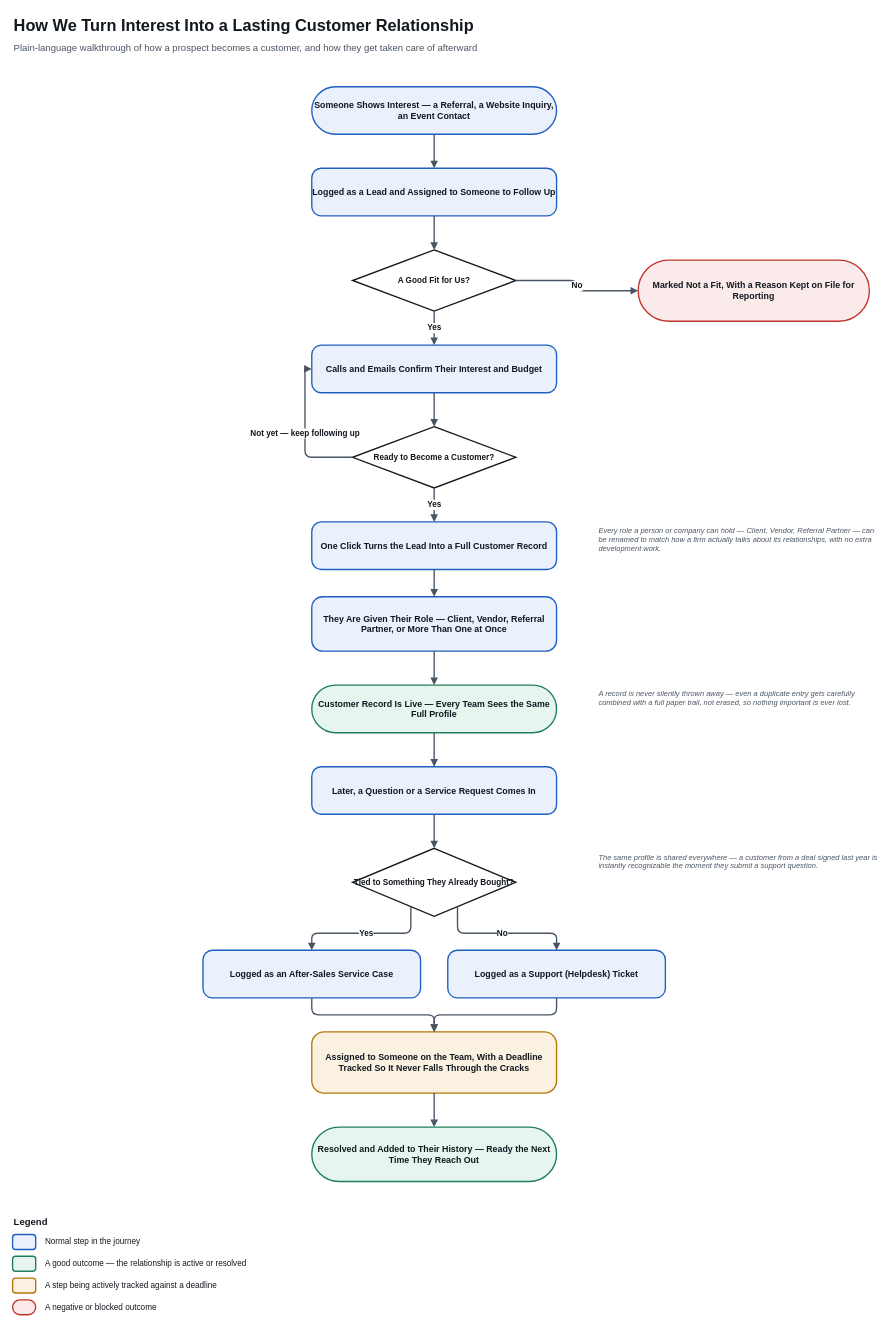
This is app/Modules/CRM/CRM_FLOW.drawio from andrych17/qualiv_project, a draw.io file, before an edit. Source tidied: cells renumbered, new cells numbered last; positions are measured from the earlier drawing's top-left corner, leaving out a move shared by most shapes. Both pictures are drawn from the tidied source at 68%, with x=0, y=0 at pixel (12, 12).
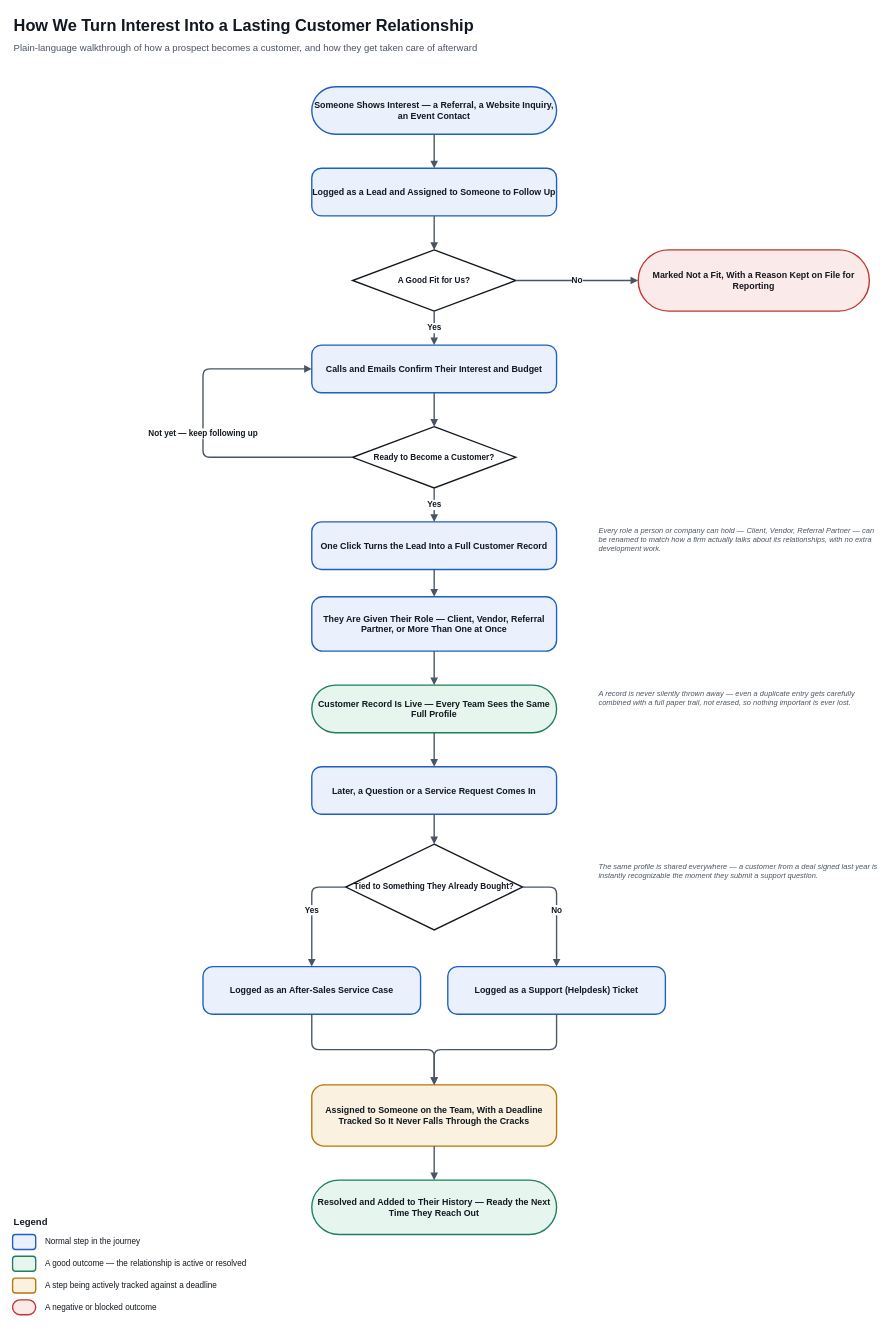
After the change.

The change refers to these unchanged cells:
```xml
<mxCell id="8" value="Calls and Emails Confirm Their Interest and Budget" style="rounded=1;arcSize=20;whiteSpace=wrap;html=1;fillColor=#EAF1FC;strokeColor=#1F5FBF;strokeWidth=2;fontSize=13;fontStyle=1;fontColor=#12181F;" parent="1" vertex="1">
  <mxGeometry x="440" y="490" width="360" height="70" as="geometry" />
</mxCell>
<mxCell id="9" value="Ready to Become a Customer?" style="rhombus;whiteSpace=wrap;html=1;fillColor=#FFFFFF;strokeColor=#12181F;strokeWidth=2;fontSize=12;fontStyle=1;fontColor=#12181F;" parent="1" vertex="1">
  <mxGeometry x="500" y="610" width="240" height="90" as="geometry" />
</mxCell>
```

Diff of the diagram source:
```diff
@@
     <mxCell id="7" value="Marked Not a Fit, With a Reason Kept on File for Reporting" style="rounded=1;arcSize=50;whiteSpace=wrap;html=1;fillColor=#FBEAEA;strokeColor=#C1332B;strokeWidth=2;fontSize=13;fontStyle=1;fontColor=#12181F;" parent="1" vertex="1">
-      <mxGeometry x="920" y="365" width="340" height="90" as="geometry" />
+      <mxGeometry x="920" y="350" width="340" height="90" as="geometry" />
     </mxCell>
@@
     <mxCell id="14" value="Tied to Something They Already Bought?" style="rhombus;whiteSpace=wrap;html=1;fillColor=#FFFFFF;strokeColor=#12181F;strokeWidth=2;fontSize=12;fontStyle=1;fontColor=#12181F;" parent="1" vertex="1">
-      <mxGeometry x="500" y="1230" width="240" height="100" as="geometry" />
+      <mxGeometry x="490" y="1224" width="260" height="126" as="geometry" />
     </mxCell>
     <mxCell id="15" value="Logged as an After-Sales Service Case" style="rounded=1;arcSize=20;whiteSpace=wrap;html=1;fillColor=#EAF1FC;strokeColor=#1F5FBF;strokeWidth=2;fontSize=13;fontStyle=1;fontColor=#12181F;" parent="1" vertex="1">
-      <mxGeometry x="280" y="1380" width="320" height="70" as="geometry" />
+      <mxGeometry x="280" y="1404" width="320" height="70" as="geometry" />
     </mxCell>
     <mxCell id="16" value="Logged as a Support (Helpdesk) Ticket" style="rounded=1;arcSize=20;whiteSpace=wrap;html=1;fillColor=#EAF1FC;strokeColor=#1F5FBF;strokeWidth=2;fontSize=13;fontStyle=1;fontColor=#12181F;" parent="1" vertex="1">
-      <mxGeometry x="640" y="1380" width="320" height="70" as="geometry" />
+      <mxGeometry x="640" y="1404" width="320" height="70" as="geometry" />
     </mxCell>
     <mxCell id="17" value="Assigned to Someone on the Team, With a Deadline Tracked So It Never Falls Through the Cracks" style="rounded=1;arcSize=20;whiteSpace=wrap;html=1;fillColor=#FBF1E1;strokeColor=#B5760A;strokeWidth=2;fontSize=13;fontStyle=1;fontColor=#12181F;" parent="1" vertex="1">
-      <mxGeometry x="440" y="1500" width="360" height="90" as="geometry" />
+      <mxGeometry x="440" y="1578" width="360" height="90" as="geometry" />
     </mxCell>
     <mxCell id="18" value="Resolved and Added to Their History — Ready the Next Time They Reach Out" style="rounded=1;arcSize=50;whiteSpace=wrap;html=1;fillColor=#E7F5EF;strokeColor=#1E7F5C;strokeWidth=2;fontSize=13;fontStyle=1;fontColor=#12181F;" parent="1" vertex="1">
-      <mxGeometry x="440" y="1640" width="360" height="80" as="geometry" />
+      <mxGeometry x="440" y="1718" width="360" height="80" as="geometry" />
     </mxCell>
@@
     <mxCell id="24" value="Not yet — keep following up" style="edgeStyle=orthogonalEdgeStyle;rounded=1;html=1;endArrow=block;endFill=1;strokeColor=#4A5563;strokeWidth=2;fontSize=12;fontStyle=1;fontColor=#12181F;labelBackgroundColor=#FFFFFF;exitX=0;exitY=0.5;exitDx=0;exitDy=0;entryX=0;exitY=0.5;entryY=0.5;entryDx=0;entryDy=0;" parent="1" edge="1" source="9" target="8">
-      <mxGeometry relative="1" as="geometry" />
+      <mxGeometry relative="1" as="geometry">
+        <Array as="points">
+          <mxPoint x="280" y="655" />
+          <mxPoint x="280" y="525" />
+        </Array>
+      </mxGeometry>
     </mxCell>
@@
-    <mxCell id="30" value="Yes" style="edgeStyle=orthogonalEdgeStyle;rounded=1;html=1;endArrow=block;endFill=1;strokeColor=#4A5563;strokeWidth=2;fontSize=12;fontStyle=1;fontColor=#12181F;labelBackgroundColor=#FFFFFF;exitX=0.3;exitY=1;exitDx=0;exitDy=0;" parent="1" edge="1" source="14" target="15">
-      <mxGeometry relative="1" as="geometry" />
+    <mxCell id="30" value="Yes" style="edgeStyle=orthogonalEdgeStyle;rounded=1;html=1;endArrow=block;endFill=1;strokeColor=#4A5563;strokeWidth=2;fontSize=12;fontStyle=1;fontColor=#12181F;labelBackgroundColor=#FFFFFF;exitX=0;exitY=0.5;exitDx=0;exitDy=0;" parent="1" edge="1" source="14" target="15">
+      <mxGeometry relative="1" as="geometry">
+        <Array as="points">
+          <mxPoint x="440" y="1287" />
+        </Array>
+      </mxGeometry>
     </mxCell>
-    <mxCell id="31" value="No" style="edgeStyle=orthogonalEdgeStyle;rounded=1;html=1;endArrow=block;endFill=1;strokeColor=#4A5563;strokeWidth=2;fontSize=12;fontStyle=1;fontColor=#12181F;labelBackgroundColor=#FFFFFF;exitX=0.7;exitY=1;exitDx=0;exitDy=0;" parent="1" edge="1" source="14" target="16">
-      <mxGeometry relative="1" as="geometry" />
+    <mxCell id="31" value="No" style="edgeStyle=orthogonalEdgeStyle;rounded=1;html=1;endArrow=block;endFill=1;strokeColor=#4A5563;strokeWidth=2;fontSize=12;fontStyle=1;fontColor=#12181F;labelBackgroundColor=#FFFFFF;exitX=1;exitY=0.5;exitDx=0;exitDy=0;" parent="1" edge="1" source="14" target="16">
+      <mxGeometry relative="1" as="geometry">
+        <Array as="points">
+          <mxPoint x="800" y="1287" />
+        </Array>
+      </mxGeometry>
     </mxCell>
@@
     <mxCell id="37" value="The same profile is shared everywhere — a customer from a deal signed last year is instantly recognizable the moment they submit a support question." style="text;html=1;fontSize=11;fontColor=#4A5563;fontStyle=2;align=left;verticalAlign=top;whiteSpace=wrap;" parent="1" vertex="1">
-      <mxGeometry x="860" y="1230" width="420" height="90" as="geometry" />
+      <mxGeometry x="860" y="1244" width="420" height="90" as="geometry" />
     </mxCell>
```
